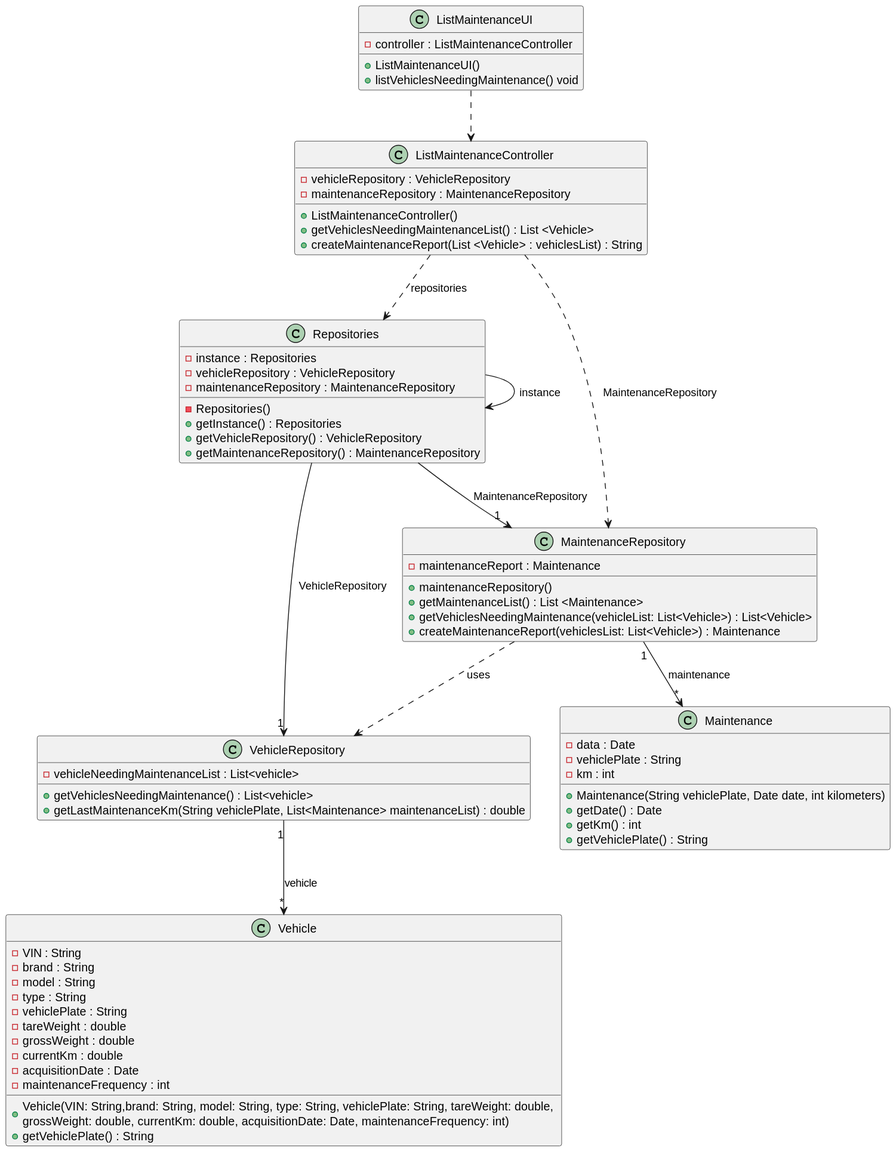
Above: docs/sprintC/us008/03.design/svg/us008-class-diagram.svg in ricardomm7/leaflink (PlantUML), before the change.
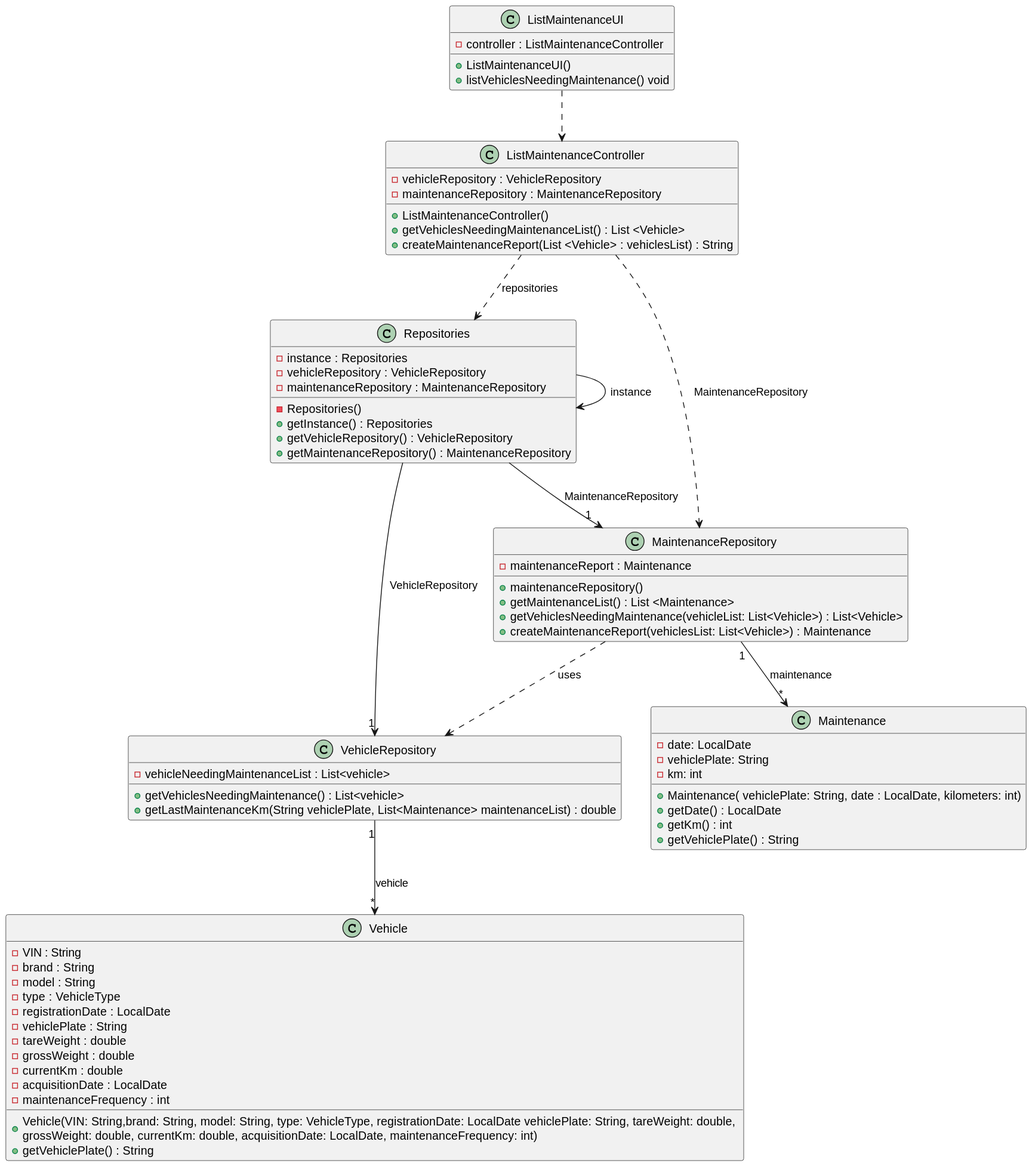
After the commit.

Diff of the diagram source:
```diff
@@ -49,27 +49,28 @@
      - VIN : String
      - brand : String
      - model : String
-     - type : String
+     - type : VehicleType
+     - registrationDate : LocalDate
      - vehiclePlate : String
      - tareWeight : double
      - grossWeight : double
      - currentKm : double
-     - acquisitionDate : Date
+     - acquisitionDate : LocalDate
      - maintenanceFrequency : int
 
-    + Vehicle(VIN: String,brand: String, model: String, type: String, vehiclePlate: String, tareWeight: double, \ngrossWeight: double, currentKm: double, acquisitionDate: Date, maintenanceFrequency: int)
+    + Vehicle(VIN: String,brand: String, model: String, type: VehicleType, registrationDate: LocalDate vehiclePlate: String, tareWeight: double, \ngrossWeight: double, currentKm: double, acquisitionDate: LocalDate, maintenanceFrequency: int)
     + getVehiclePlate() : String
 }
 
 
 
 class Maintenance {
-    - data : Date
-    - vehiclePlate : String
-    - km : int
+    - date: LocalDate
+    - vehiclePlate: String
+    - km: int
 
-    + Maintenance(String vehiclePlate, Date date, int kilometers)
-    + getDate() : Date
+    + Maintenance( vehiclePlate: String, date : LocalDate, kilometers: int)
+    + getDate() : LocalDate
     + getKm() : int
     + getVehiclePlate() : String
 }
```
